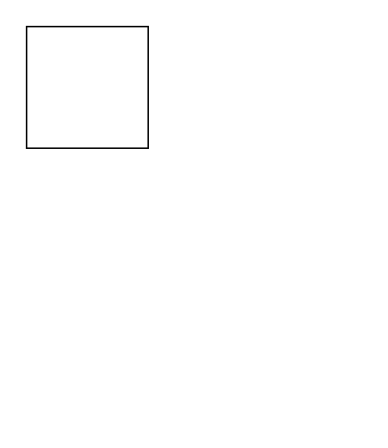
Above: doc/Untitled Diagram.drawio in CoderDream/java-architect-util (draw.io), before the change. Source tidied: cells renumbered, new cells numbered last; positions are measured from the earlier drawing's top-left corner, leaving out a move shared by most shapes. Both pictures are drawn from the tidied source at 152%, with x=0, y=0 at pixel (26, 26).
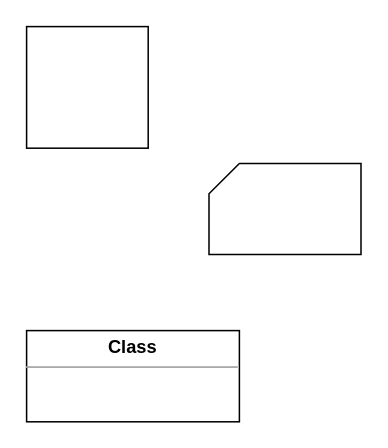
The same page after the edit.

The edit, as a diff of the source:
```diff
@@
 <mxGraphModel>
   <root>
     <mxCell id="0" />
     <mxCell id="1" parent="0" />
     <mxCell id="2" style="whiteSpace=wrap;html=1;" parent="1" vertex="1">
       <mxGeometry width="80" height="80" as="geometry" />
     </mxCell>
+    <mxCell id="3" style="verticalLabelPosition=bottom;verticalAlign=top;html=1;shape=card;whiteSpace=wrap;size=20;arcSize=12;" parent="1" vertex="1">
+      <mxGeometry x="120" y="90" width="100" height="60" as="geometry" />
+    </mxCell>
+    <mxCell id="4" value="&lt;p style=&quot;margin:0px;margin-top:4px;text-align:center;&quot;&gt;&lt;b&gt;Class&lt;/b&gt;&lt;/p&gt;&lt;hr size=&quot;1&quot;/&gt;&lt;div style=&quot;height:2px;&quot;&gt;&lt;/div&gt;" style="verticalAlign=top;align=left;overflow=fill;fontSize=12;fontFamily=Helvetica;html=1;" parent="1" vertex="1">
+      <mxGeometry y="200" width="140" height="60" as="geometry" />
+    </mxCell>
   </root>
 </mxGraphModel>
```
